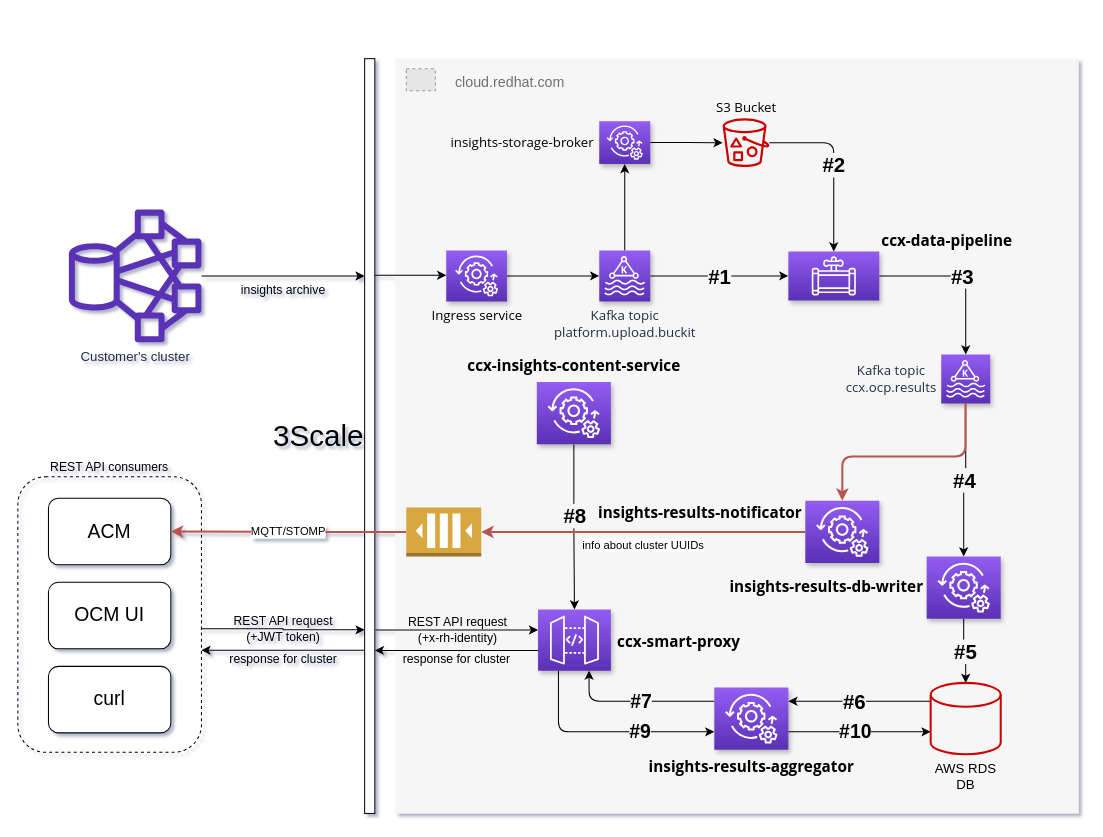
This is docs/customer-facing-services-architecture-queue.drawio from RedHatInsights/insights-results-smart-proxy, a draw.io file, before an edit. Source tidied: cells renumbered, new cells numbered last; positions are measured from the earlier drawing's top-left corner, leaving out a move shared by most shapes. Both pictures are drawn from the tidied source at 102%, with x=0, y=0 at pixel (17, 17). Pictures stored in the file or linked from it are replaced by grey dashed boxes.
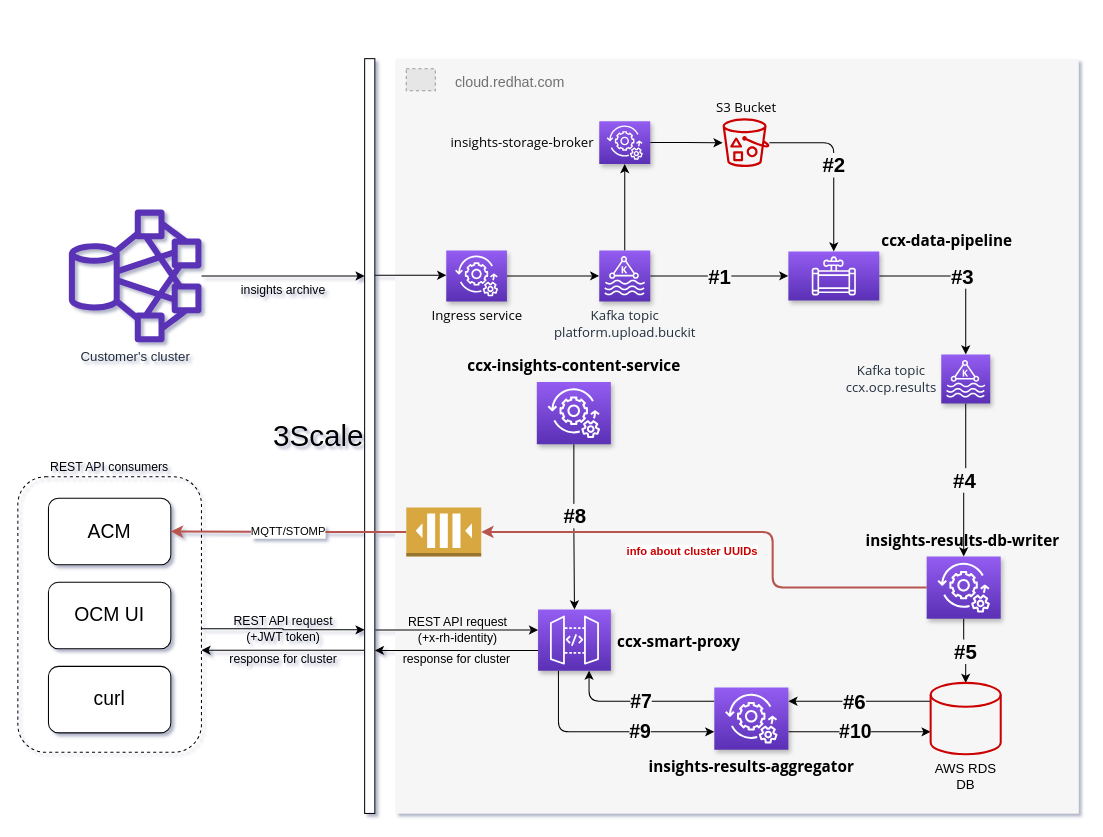
Above is the later version.

The change refers to these unchanged cells:
```xml
<mxCell id="4" value="Kafka topic&lt;br style=&quot;font-size: 13px;&quot;&gt;ccx.ocp.results" style="outlineConnect=0;fontColor=#232F3E;gradientColor=#945DF2;gradientDirection=north;fillColor=#5A30B5;strokeColor=#ffffff;dashed=0;verticalLabelPosition=middle;verticalAlign=middle;align=center;html=1;fontSize=13;fontStyle=0;shape=mxgraph.aws4.resourceIcon;resIcon=mxgraph.aws4.managed_streaming_for_kafka;shadow=1;labelPosition=left;spacingRight=50;fontFamily=Open Sans;" parent="1" vertex="1">
  <mxGeometry x="905.3" y="330" width="48" height="48" as="geometry" />
</mxCell>
<mxCell id="48" style="outlineConnect=0;dashed=0;verticalLabelPosition=bottom;verticalAlign=top;align=center;html=1;shape=mxgraph.aws3.queue;fillColor=#D9A741;gradientColor=none;flipH=1;" parent="1" vertex="1">
  <mxGeometry x="380.8" y="480" width="73.5" height="48" as="geometry" />
</mxCell>
```

What changed in the source:
```diff
@@
-    <mxCell id="25" value="&lt;div style=&quot;font-size: 15px&quot;&gt;&lt;b&gt;&lt;span style=&quot;font-size: 15px&quot;&gt;insights-results-db-writer&lt;/span&gt;&lt;/b&gt;&lt;/div&gt;" style="outlineConnect=0;fontColor=#000000;gradientColor=#945DF2;gradientDirection=north;fillColor=#5A30B5;strokeColor=#FFFFFF;dashed=0;verticalLabelPosition=middle;verticalAlign=middle;align=right;html=1;fontSize=15;fontStyle=0;shape=mxgraph.aws4.resourceIcon;resIcon=mxgraph.aws4.managed_services;fontFamily=Open Sans;labelPosition=left;shadow=1;spacingBottom=5;spacingRight=2;" parent="1" vertex="1">
+    <mxCell id="25" value="&lt;div style=&quot;font-size: 15px&quot;&gt;&lt;b&gt;&lt;span style=&quot;font-size: 15px&quot;&gt;insights-results-db-writer&lt;/span&gt;&lt;/b&gt;&lt;/div&gt;" style="outlineConnect=0;fontColor=#000000;gradientColor=#945DF2;gradientDirection=north;fillColor=#5A30B5;strokeColor=#FFFFFF;dashed=0;verticalLabelPosition=top;verticalAlign=bottom;align=center;html=1;fontSize=15;fontStyle=0;shape=mxgraph.aws4.resourceIcon;resIcon=mxgraph.aws4.managed_services;fontFamily=Open Sans;labelPosition=center;shadow=1;spacingBottom=5;spacingRight=2;" parent="1" vertex="1">
       <mxGeometry x="891" y="528" width="72.6" height="61" as="geometry" />
     </mxCell>
@@
-    <mxCell id="49" value="&lt;div&gt;info about cluster UUIDs&lt;/div&gt;" style="edgeStyle=orthogonalEdgeStyle;rounded=0;jettySize=auto;html=1;startArrow=none;startFill=0;endArrow=classic;endFill=1;strokeColor=#B85450;strokeWidth=2;labelPosition=center;verticalLabelPosition=bottom;align=center;verticalAlign=top;" parent="1" edge="1" source="50" target="48">
-      <mxGeometry relative="1" as="geometry" />
+    <mxCell id="49" value="&lt;div&gt;&lt;font color=&quot;#CC0000&quot;&gt;&lt;b&gt;info about cluster UUIDs&lt;/b&gt;&lt;/font&gt;&lt;/div&gt;" style="edgeStyle=orthogonalEdgeStyle;jettySize=auto;html=1;startArrow=none;startFill=0;endArrow=classic;endFill=1;strokeWidth=2;labelPosition=center;verticalLabelPosition=bottom;align=center;verticalAlign=top;rounded=1;strokeColor=#B85450;" parent="1" edge="1" source="25" target="48">
+      <mxGeometry x="0.16" y="6" relative="1" as="geometry">
+        <Array as="points">
+          <mxPoint x="740" y="559" />
+          <mxPoint x="740" y="504" />
+        </Array>
+      </mxGeometry>
     </mxCell>
-    <mxCell id="50" value="&lt;div style=&quot;font-size: 15px&quot;&gt;&lt;b&gt;&lt;span style=&quot;font-size: 15px&quot;&gt;insights-results-notificator&lt;/span&gt;&lt;/b&gt;&lt;/div&gt;&lt;div style=&quot;font-size: 15px&quot;&gt;&lt;b&gt;&lt;span style=&quot;font-size: 15px&quot;&gt;&lt;br&gt;&lt;/span&gt;&lt;/b&gt;&lt;/div&gt;&lt;div style=&quot;font-size: 15px&quot;&gt;&lt;b&gt;&lt;span style=&quot;font-size: 15px&quot;&gt;&lt;br&gt;&lt;/span&gt;&lt;/b&gt;&lt;/div&gt;" style="outlineConnect=0;fontColor=#000000;gradientColor=#945DF2;gradientDirection=north;fillColor=#5A30B5;strokeColor=#FFFFFF;dashed=0;verticalLabelPosition=middle;verticalAlign=middle;align=right;html=1;fontSize=15;fontStyle=0;shape=mxgraph.aws4.resourceIcon;resIcon=mxgraph.aws4.managed_services;fontFamily=Open Sans;labelPosition=left;shadow=1;spacingBottom=5;spacingRight=2;" parent="1" vertex="1">
-      <mxGeometry x="772" y="473.5" width="72.6" height="61" as="geometry" />
-    </mxCell>
-    <mxCell id="51" style="endArrow=none;html=1;edgeStyle=orthogonalEdgeStyle;startArrow=classic;startFill=1;endFill=0;fillColor=#f8cecc;strokeWidth=2;strokeColor=#B85450;" parent="1" edge="1" source="50" target="4">
-      <mxGeometry relative="1" as="geometry">
-        <Array as="points">
-          <mxPoint x="808" y="430" />
-          <mxPoint x="929" y="430" />
-        </Array>
-      </mxGeometry>
-    </mxCell>
```
